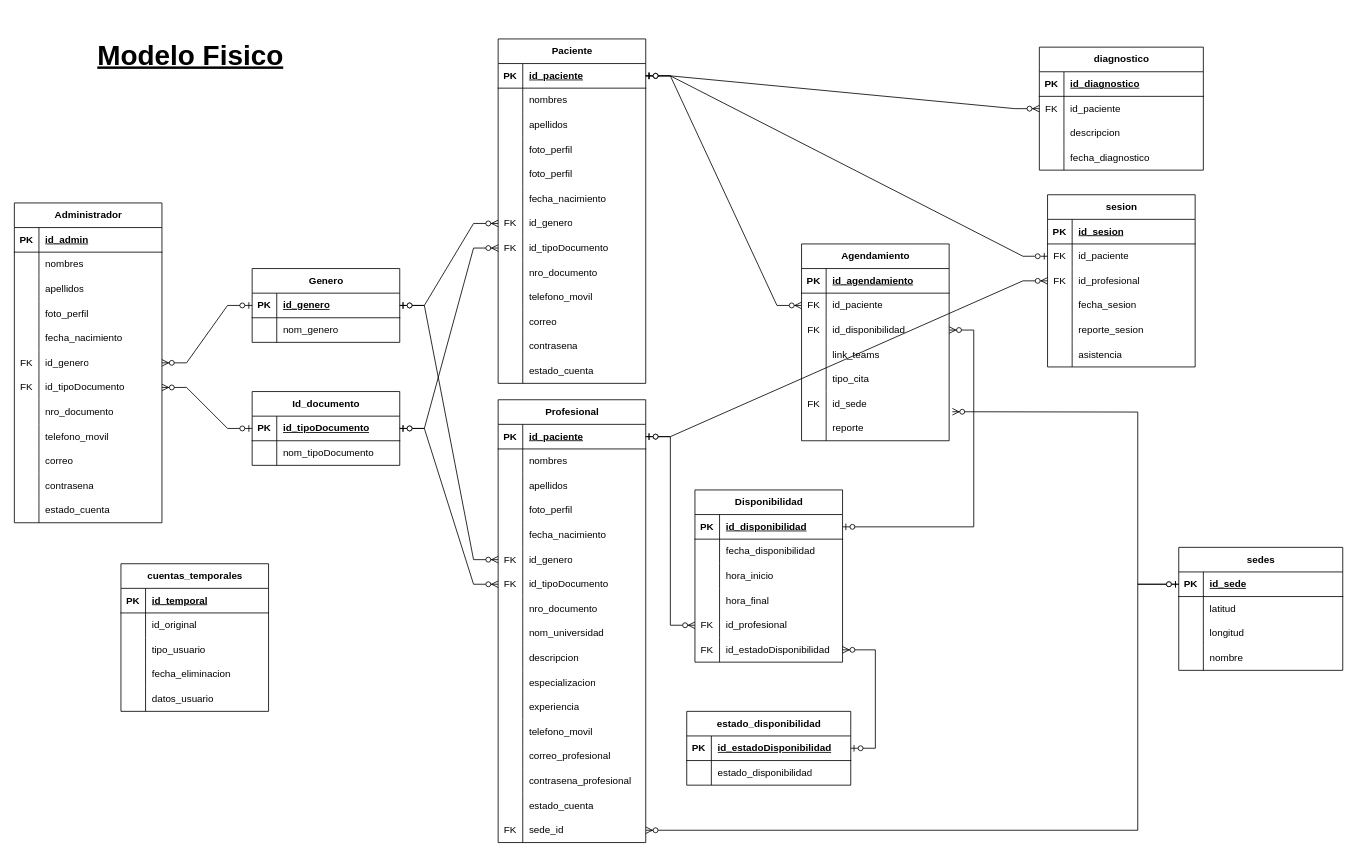
Earlier version of the draw.io diagram page "modelo_fisico" (3 of 3) of model.drawio (kevinlixx/kuhtone). Source tidied: cells renumbered, new cells numbered last; positions are measured from the earlier drawing's top-left corner, leaving out a move shared by most shapes. Both pictures are drawn from the tidied source at 82%, with x=0, y=0 at pixel (14, 14).
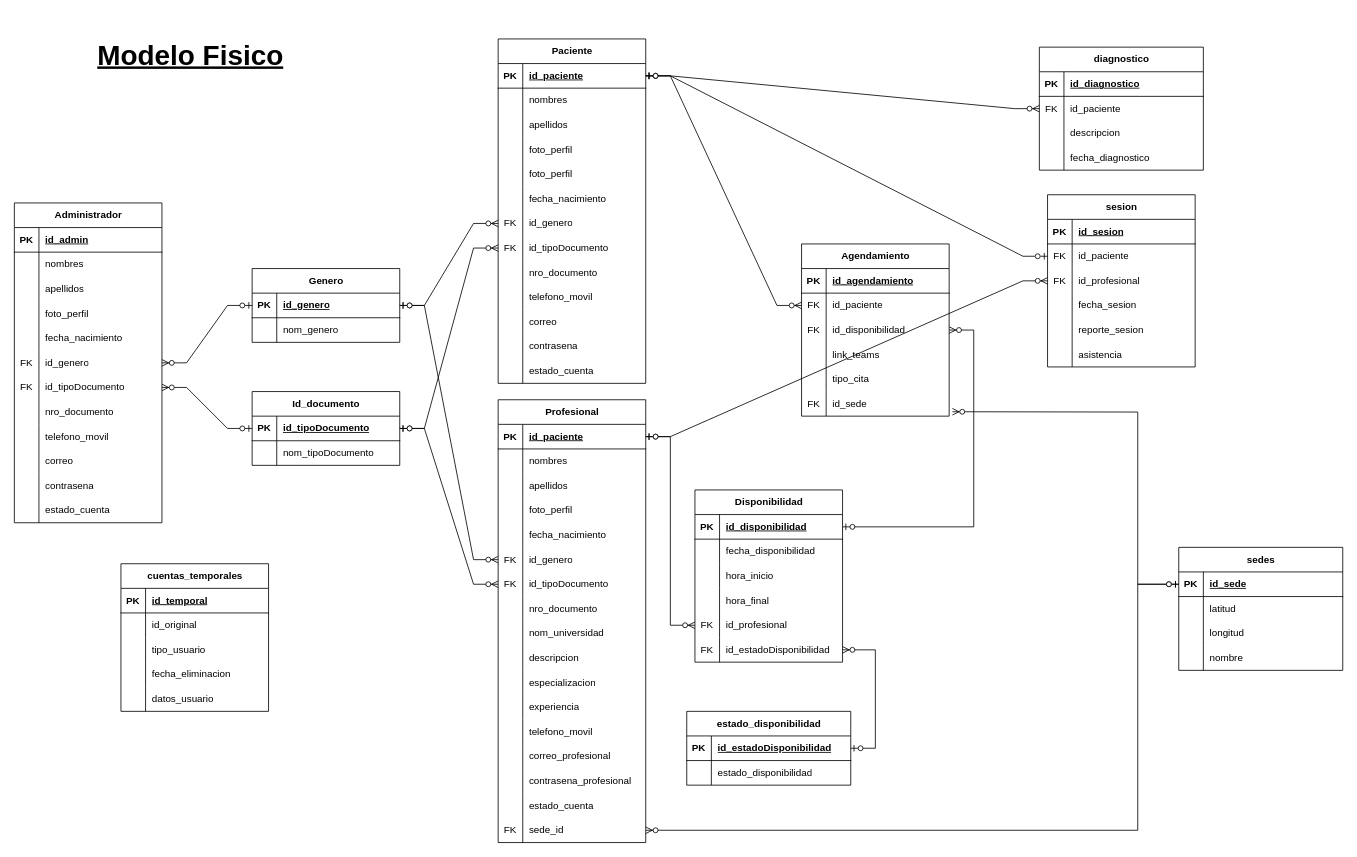
The same page after the edit.

Change to the diagram source:
```diff
@@
     <mxCell id="131" value="Agendamiento" style="shape=table;startSize=30;childLayout=tableLayout;rowLines=0;fontStyle=1;align=center;html=1;" parent="1" vertex="1">
-      <mxGeometry x="960" y="280" width="180" height="240" as="geometry" />
+      <mxGeometry x="960" y="280" width="180" height="210" as="geometry" />
     </mxCell>
@@
-    <mxCell id="150" style="shape=tableRow;horizontal=0;startSize=0;swimlaneHead=0;swimlaneBody=0;fillColor=none;top=0;left=0;right=0;bottom=0;" parent="131" vertex="1">
-      <mxGeometry y="210" width="180" height="30" as="geometry" />
-    </mxCell>
-    <mxCell id="151" style="shape=partialRectangle;fillColor=none;top=0;left=0;bottom=0;right=0;overflow=hidden;whiteSpace=wrap;html=1;" parent="150" vertex="1">
-      <mxGeometry width="30" height="30" as="geometry" />
-    </mxCell>
-    <mxCell id="152" value="reporte" style="shape=partialRectangle;fillColor=none;top=0;left=0;bottom=0;right=0;align=left;spacingLeft=6;overflow=hidden;whiteSpace=wrap;html=1;" parent="150" vertex="1">
-      <mxGeometry x="30" width="150" height="30" as="geometry" />
-    </mxCell>
```
